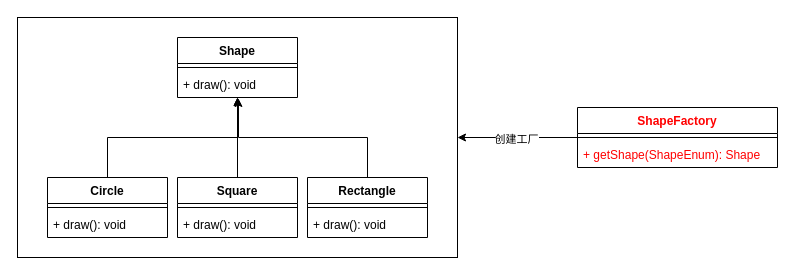
Before: page "简单工厂模式" (1 of 5) of 设计模式.drawio in wubinglong9716/NoteBook, a draw.io diagram. Source tidied: cells renumbered, new cells numbered last; positions are measured from the earlier drawing's top-left corner, leaving out a move shared by most shapes. Both pictures are drawn from the tidied source at 100%, with x=0, y=0 at pixel (17, 17).
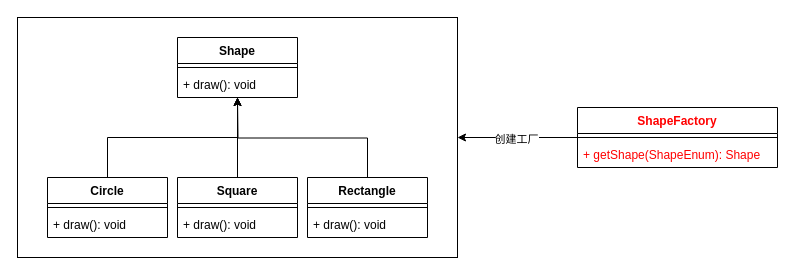
After the change.

The change refers to these unchanged cells:
```xml
<mxCell id="5" value="+ draw(): void" style="text;strokeColor=none;fillColor=none;align=left;verticalAlign=top;spacingLeft=4;spacingRight=4;overflow=hidden;points=[[0,0.5],[1,0.5]];portConstraint=eastwest;" parent="3" vertex="1">
  <mxGeometry y="34" width="120" height="26" as="geometry" />
</mxCell>
<mxCell id="15" value="Rectangle" style="swimlane;fontStyle=1;align=center;verticalAlign=top;horizontal=1;startSize=26;" parent="1" vertex="1">
  <mxGeometry x="290" y="160" width="120" height="60" as="geometry" />
</mxCell>
```

The edit, as a diff of the source:
```diff
@@
-    <mxCell id="14" style="edgeStyle=orthogonalEdgeStyle;rounded=0;jettySize=auto;html=1;exitX=0.5;exitY=0;exitDx=0;exitDy=0;entryX=0.508;entryY=1.038;entryDx=0;entryDy=0;entryPerimeter=0;startArrow=none;startFill=0;" parent="1" edge="1" source="15" target="5">
-      <mxGeometry relative="1" as="geometry" />
-    </mxCell>
+    <mxCell id="23" style="edgeStyle=orthogonalEdgeStyle;rounded=0;jettySize=auto;html=1;exitX=0.5;exitY=0;exitDx=0;exitDy=0;fontColor=#000000;startArrow=none;startFill=0;" parent="1" edge="1" source="15">
+      <mxGeometry relative="1" as="geometry">
+        <mxPoint x="220" y="80" as="targetPoint" />
+      </mxGeometry>
+    </mxCell>
```
